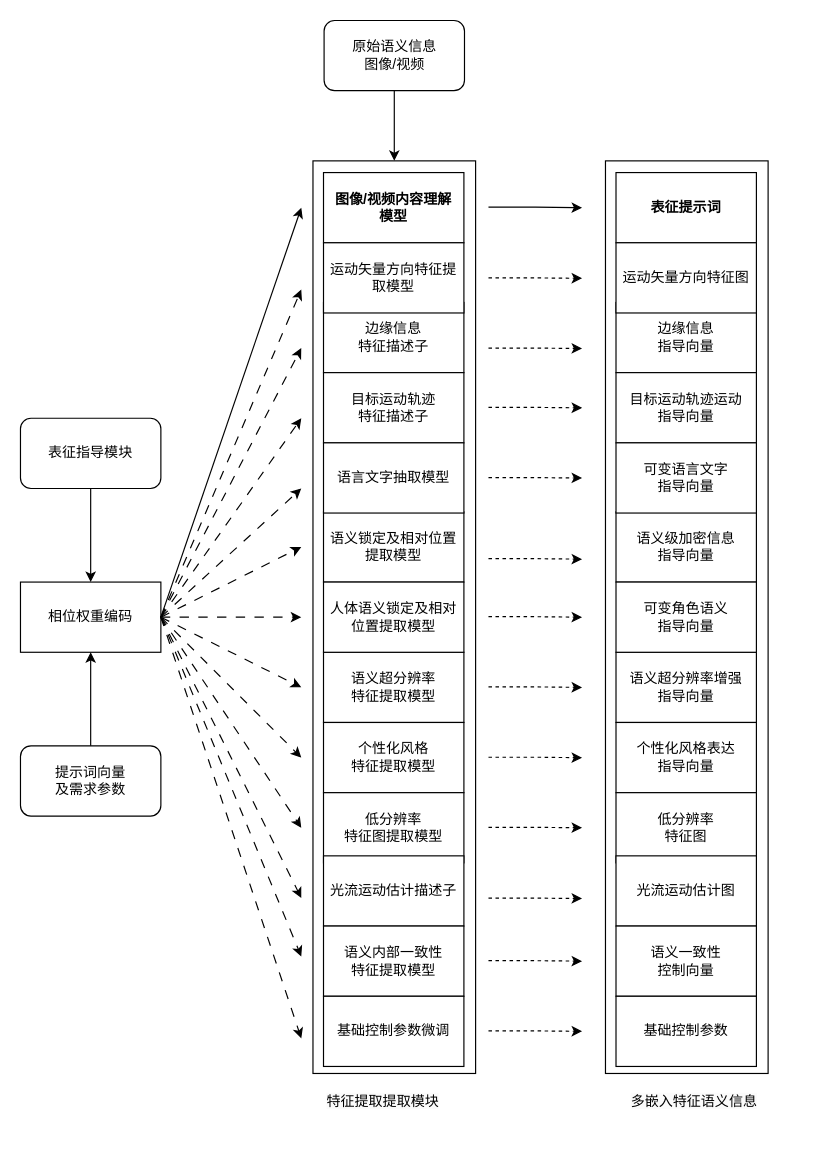
Before: 图像/视频提取模块.drawio in hrf666666/FlowCharts, a draw.io diagram. Source tidied: cells renumbered, new cells numbered last; positions are measured from the earlier drawing's top-left corner, leaving out a move shared by most shapes. Both pictures are drawn from the tidied source at 117%, with x=0, y=0 at pixel (20, 20).
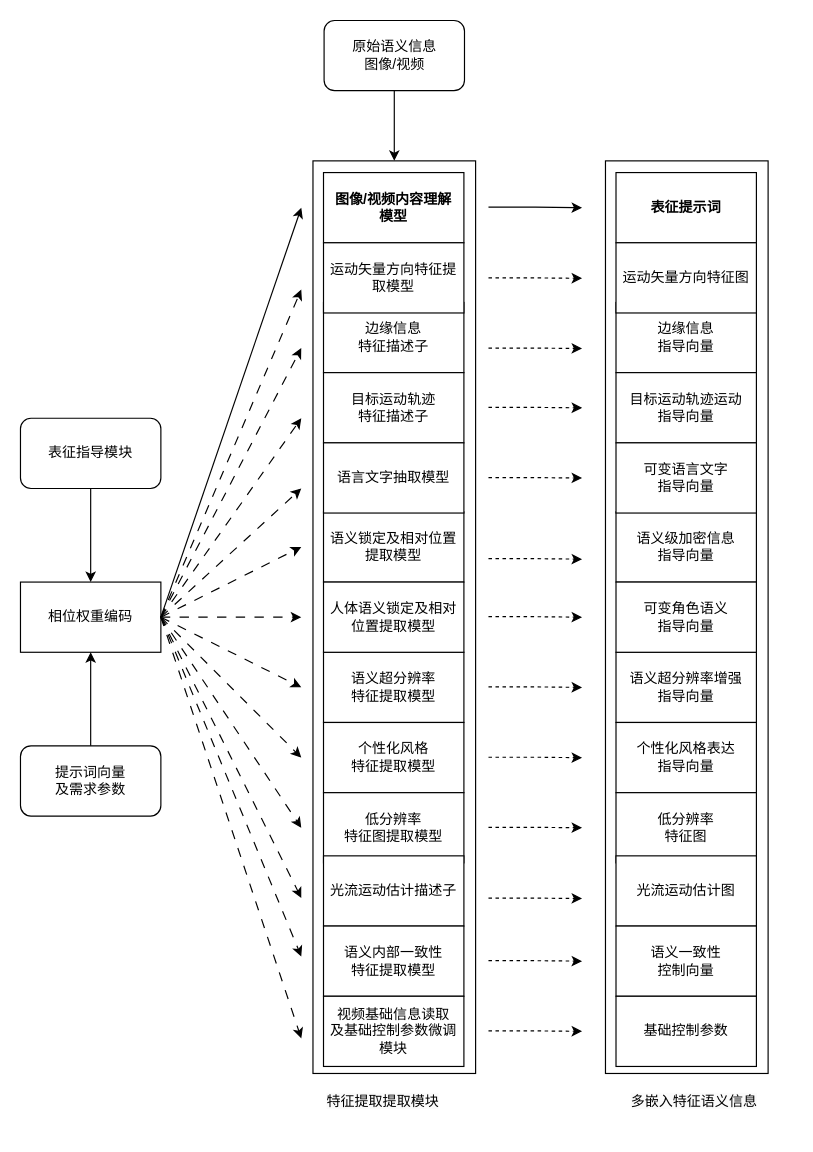
Above is the later version.

Commit message:
更新图像/视频提取模块.drawio

Change to the diagram source:
```diff
@@
-    <mxCell id="37" value="&lt;div&gt;基础控制参数微调&lt;/div&gt;" style="rounded=0;whiteSpace=wrap;html=1;" parent="1" vertex="1">
+    <mxCell id="37" value="&lt;div&gt;视频基础信息读取&lt;/div&gt;&lt;div&gt;及基础控制参数微调模块&lt;/div&gt;" style="rounded=0;whiteSpace=wrap;html=1;" parent="1" vertex="1">
       <mxGeometry x="259" y="834" width="120" height="60" as="geometry" />
     </mxCell>
```
